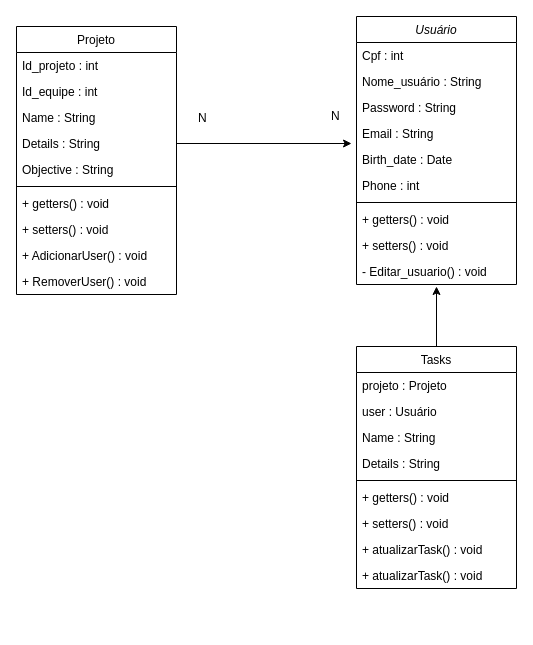
LuisBrescia/TaskUnity keeps this draw.io diagram as docs/images/Diagrama de classes/DiagramaClasses.drawio. Above is the earlier version. Source tidied: cells renumbered, new cells numbered last; positions are measured from the earlier drawing's top-left corner, leaving out a move shared by most shapes. Both pictures are drawn from the tidied source at 100%, with x=0, y=0 at pixel (16, 16).
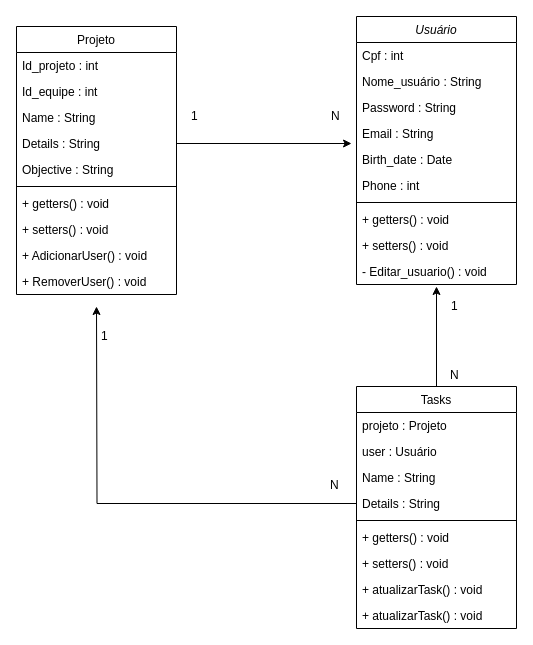
The same page after the edit.

Commit message (it also covers changes not shown here):
#16 - [Documentação] Atualização de relacionamentos do diagrama de classes.

The change refers to these unchanged cells:
```xml
<mxCell id="7" value="Details : String" style="text;align=left;verticalAlign=top;spacingLeft=4;spacingRight=4;overflow=hidden;points=[[0,0.5],[1,0.5]];portConstraint=eastwest;rounded=0;shadow=0;html=0;" parent="3" vertex="1">
  <mxGeometry y="104" width="160" height="26" as="geometry" />
</mxCell>
```

What changed in the source:
```diff
@@
     <mxCell id="3" value="Tasks" style="swimlane;fontStyle=0;align=center;verticalAlign=top;horizontal=1;startSize=26;rounded=0;shadow=0;strokeWidth=1;" parent="1" vertex="1">
-      <mxGeometry x="340" y="330" width="160" height="242" as="geometry" />
+      <mxGeometry x="340" y="370" width="160" height="242" as="geometry" />
     </mxCell>
@@
+    <mxCell id="38" style="edgeStyle=orthogonalEdgeStyle;rounded=0;jettySize=auto;html=1;exitX=0;exitY=0.5;exitDx=0;exitDy=0;" parent="3" edge="1" source="7">
+      <mxGeometry relative="1" as="geometry">
+        <mxPoint x="-260" y="-80" as="targetPoint" />
+      </mxGeometry>
+    </mxCell>
@@
     <mxCell id="24" value="N" style="align=left;verticalAlign=bottom;labelBackgroundColor=none;fontSize=12;" parent="1" vertex="1">
-      <mxGeometry x="180" y="110" as="geometry" />
+      <mxGeometry x="180" y="150" as="geometry">
+        <mxPoint x="132" y="327" as="offset" />
+      </mxGeometry>
     </mxCell>
@@
+    <mxCell id="39" value="N" style="align=left;verticalAlign=bottom;labelBackgroundColor=none;fontSize=12;" parent="1" vertex="1">
+      <mxGeometry x="300" y="40" as="geometry">
+        <mxPoint x="132" y="327" as="offset" />
+      </mxGeometry>
+    </mxCell>
+    <mxCell id="40" value="1" style="align=left;verticalAlign=bottom;labelBackgroundColor=none;fontSize=12;" parent="1" vertex="1">
+      <mxGeometry x="60" y="120" as="geometry">
+        <mxPoint x="113" y="-12" as="offset" />
+      </mxGeometry>
+    </mxCell>
+    <mxCell id="41" value="1" style="align=left;verticalAlign=bottom;labelBackgroundColor=none;fontSize=12;" parent="1" vertex="1">
+      <mxGeometry x="-30" y="340" as="geometry">
+        <mxPoint x="113" y="-12" as="offset" />
+      </mxGeometry>
+    </mxCell>
+    <mxCell id="42" value="1" style="align=left;verticalAlign=bottom;labelBackgroundColor=none;fontSize=12;" parent="1" vertex="1">
+      <mxGeometry x="320" y="310" as="geometry">
+        <mxPoint x="113" y="-12" as="offset" />
+      </mxGeometry>
+    </mxCell>
```
